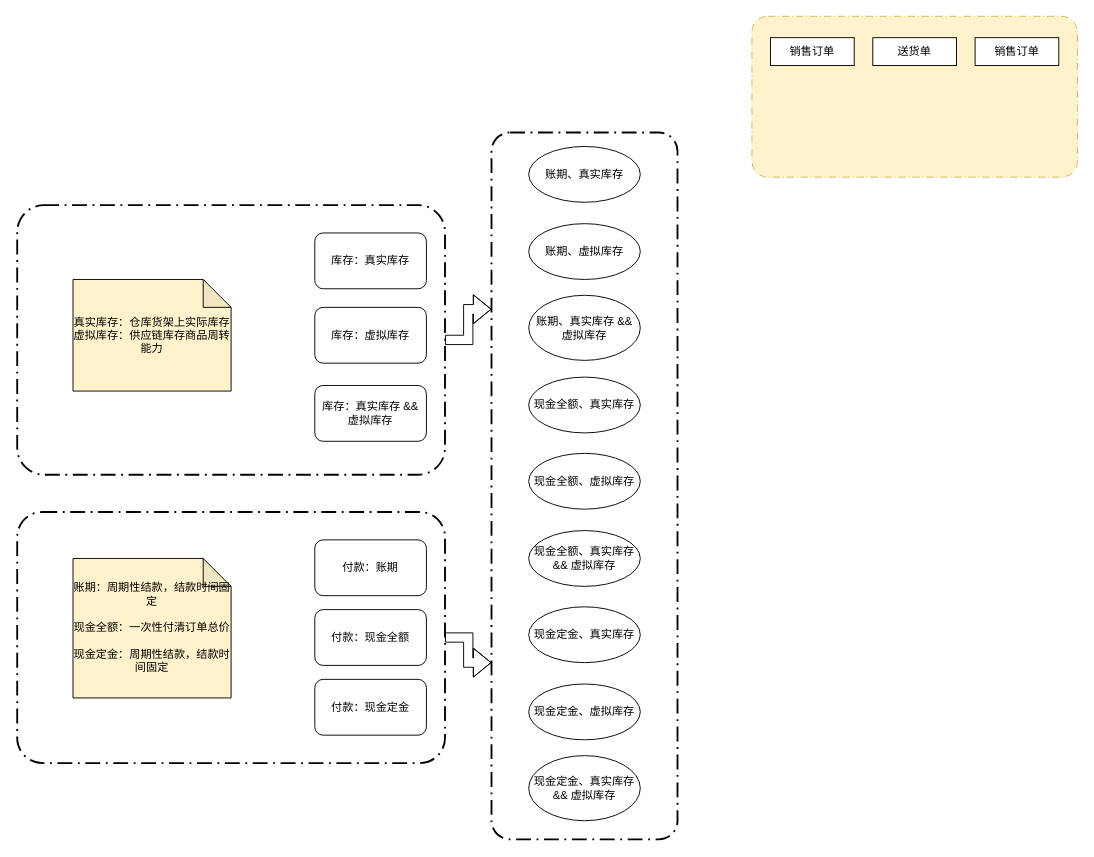
The draw.io diagram page "第 2 页" (2 of 3) of 技术架构.drawio in jason-live/flow, before the edit. Source tidied: cells renumbered, new cells numbered last; positions are measured from the earlier drawing's top-left corner, leaving out a move shared by most shapes. Both pictures are drawn from the tidied source at 93%, with x=0, y=0 at pixel (17, 16).
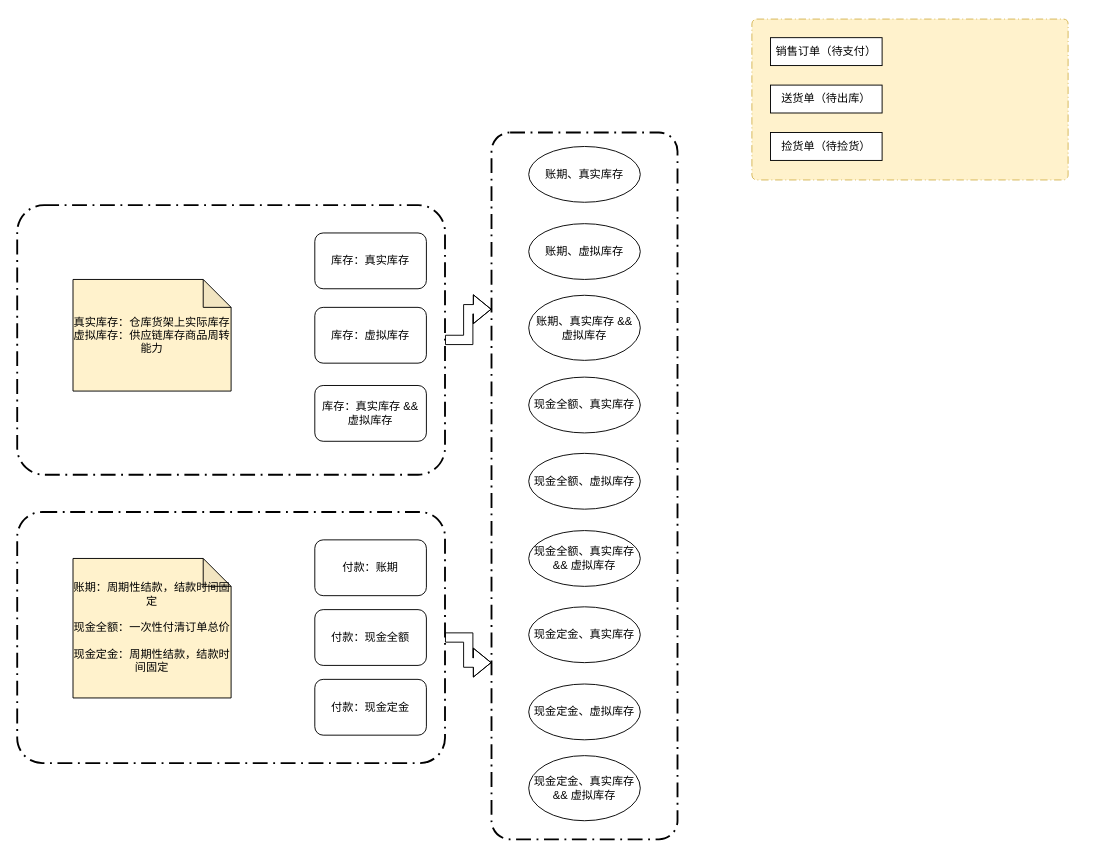
Above is the later version.

Commit message:
更新技术架构.drawio

Diff of the diagram source:
```diff
@@
-    <mxCell id="24" style="rounded=1;arcSize=10;dashed=1;strokeColor=#d6b656;fillColor=#fff2cc;dashPattern=8 3 1 3;strokeWidth=1;shadow=0;html=1;" parent="1" vertex="1">
-      <mxGeometry x="790" width="350" height="173" as="geometry" />
+    <mxCell id="24" style="rounded=1;arcSize=3;dashed=1;strokeColor=#d6b656;fillColor=#fff2cc;dashPattern=8 3 1 3;strokeWidth=1;shadow=0;html=1;" parent="1" vertex="1">
+      <mxGeometry x="790" y="3" width="340" height="173" as="geometry" />
     </mxCell>
-    <mxCell id="25" value="销售订单" style="rounded=0;whiteSpace=wrap;html=1;shadow=0;strokeWidth=1;" parent="1" vertex="1">
-      <mxGeometry x="810" y="23" width="90" height="30" as="geometry" />
+    <mxCell id="25" value="销售订单（待支付）" style="rounded=0;whiteSpace=wrap;html=1;shadow=0;strokeWidth=1;" parent="1" vertex="1">
+      <mxGeometry x="810" y="23" width="120" height="30" as="geometry" />
     </mxCell>
-    <mxCell id="26" value="送货单" style="rounded=0;whiteSpace=wrap;html=1;shadow=0;strokeWidth=1;" parent="1" vertex="1">
-      <mxGeometry x="920" y="23" width="90" height="30" as="geometry" />
+    <mxCell id="26" value="送货单（待出库）" style="rounded=0;whiteSpace=wrap;html=1;shadow=0;strokeWidth=1;" parent="1" vertex="1">
+      <mxGeometry x="810" y="74" width="120" height="30" as="geometry" />
     </mxCell>
-    <mxCell id="27" value="销售订单" style="rounded=0;whiteSpace=wrap;html=1;shadow=0;strokeWidth=1;" parent="1" vertex="1">
-      <mxGeometry x="1030" y="23" width="90" height="30" as="geometry" />
+    <mxCell id="27" value="捡货单（待捡货）" style="rounded=0;whiteSpace=wrap;html=1;shadow=0;strokeWidth=1;" parent="1" vertex="1">
+      <mxGeometry x="810" y="125" width="120" height="30" as="geometry" />
     </mxCell>
```
